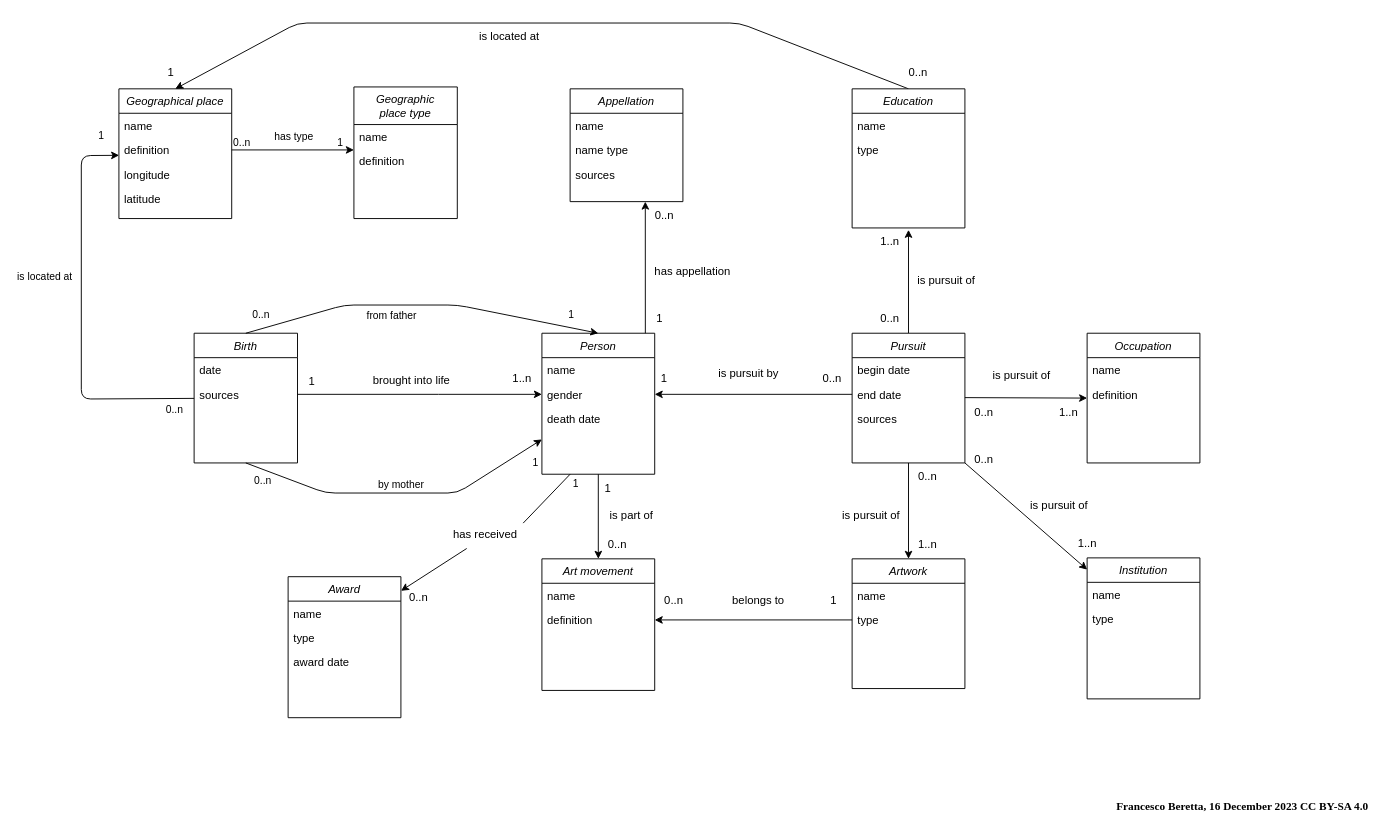
This is MCD_to_database_example.drawio from lmaiahm/Sculpteurs-, a draw.io file, before an edit. Source tidied: cells renumbered, new cells numbered last; positions are measured from the earlier drawing's top-left corner, leaving out a move shared by most shapes. Both pictures are drawn from the tidied source at 94%, with x=0, y=0 at pixel (81, 23).
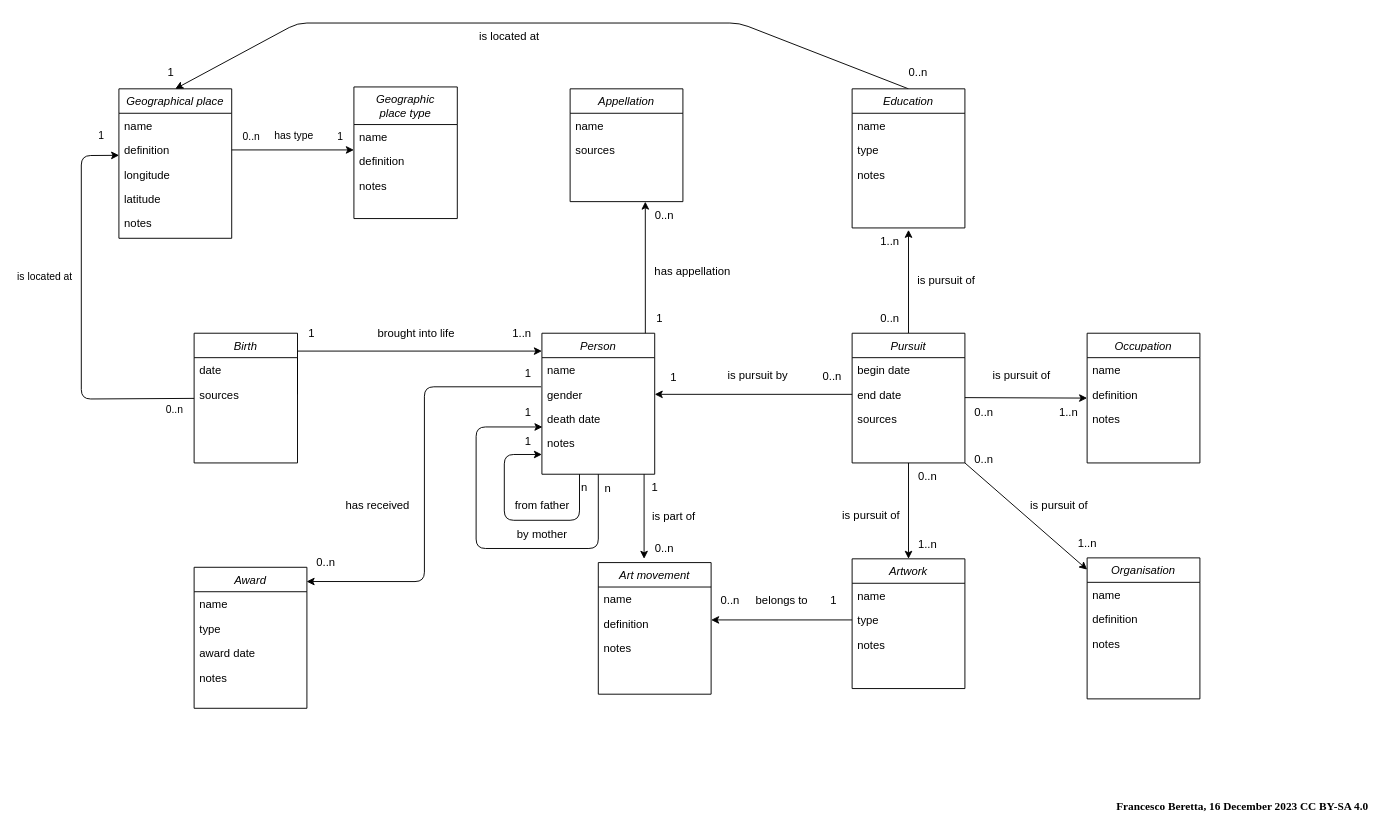
Above is the later version.

Commit message (it also covers changes not shown here):
Modèle conceptuel final

Unchanged cells that the change refers to:
```xml
<mxCell id="8" value="Person" style="swimlane;fontStyle=2;align=center;verticalAlign=top;horizontal=1;startSize=26;rounded=0;shadow=0;strokeWidth=1;" parent="1" vertex="1">
  <mxGeometry x="490" y="330" width="120" height="150" as="geometry" />
</mxCell>
<mxCell id="10" value="gender" style="text;align=left;verticalAlign=top;spacingLeft=4;spacingRight=4;overflow=hidden;points=[[0,0.5],[1,0.5]];portConstraint=eastwest;rounded=0;shadow=0;html=0;" parent="8" vertex="1">
  <mxGeometry y="52" width="120" height="26" as="geometry" />
</mxCell>
<mxCell id="12" value="Birth" style="swimlane;fontStyle=2;align=center;verticalAlign=top;horizontal=1;startSize=26;rounded=0;shadow=0;strokeWidth=1;" parent="1" vertex="1">
  <mxGeometry x="120" y="330" width="110" height="138" as="geometry" />
</mxCell>
<mxCell id="16" value="Appellation" style="swimlane;fontStyle=2;align=center;verticalAlign=top;horizontal=1;startSize=26;rounded=0;shadow=0;strokeWidth=1;" parent="1" vertex="1">
  <mxGeometry x="520" y="70" width="120" height="120" as="geometry" />
</mxCell>
<mxCell id="25" style="endArrow=classic;html=1;exitX=1;exitY=0.5;exitDx=0;exitDy=0;" parent="1" edge="1" source="22">
  <mxGeometry x="0.07" y="-35" relative="1" as="geometry">
    <mxPoint x="290" y="135" as="targetPoint" />
  </mxGeometry>
</mxCell>
<mxCell id="37" value="Geographic&#10;place type" style="swimlane;fontStyle=2;align=center;verticalAlign=top;horizontal=1;startSize=40;rounded=0;shadow=0;strokeWidth=1;" parent="1" vertex="1">
  <mxGeometry x="290" y="68" width="110" height="140" as="geometry" />
</mxCell>
<mxCell id="61" value="Occupation" style="swimlane;fontStyle=2;align=center;verticalAlign=top;horizontal=1;startSize=26;rounded=0;shadow=0;strokeWidth=1;" parent="1" vertex="1">
  <mxGeometry x="1070" y="330" width="120" height="138" as="geometry" />
</mxCell>
<mxCell id="65" value="Education" style="swimlane;fontStyle=2;align=center;verticalAlign=top;horizontal=1;startSize=26;rounded=0;shadow=0;strokeWidth=1;" parent="1" vertex="1">
  <mxGeometry x="820" y="70" width="120" height="148" as="geometry" />
</mxCell>
<mxCell id="69" value="Artwork" style="swimlane;fontStyle=2;align=center;verticalAlign=top;horizontal=1;startSize=26;rounded=0;shadow=0;strokeWidth=1;" parent="1" vertex="1">
  <mxGeometry x="820" y="570" width="120" height="138" as="geometry" />
</mxCell>
<mxCell id="71" value="type" style="text;align=left;verticalAlign=top;spacingLeft=4;spacingRight=4;overflow=hidden;points=[[0,0.5],[1,0.5]];portConstraint=eastwest;rounded=0;shadow=0;html=0;" parent="69" vertex="1">
  <mxGeometry y="52" width="120" height="26" as="geometry" />
</mxCell>
<mxCell id="75" value="definition" style="text;align=left;verticalAlign=top;spacingLeft=4;spacingRight=4;overflow=hidden;points=[[0,0.5],[1,0.5]];portConstraint=eastwest;rounded=0;shadow=0;html=0;" parent="73" vertex="1">
  <mxGeometry y="52" width="120" height="26" as="geometry" />
</mxCell>
```

Change to the diagram source:
```diff
@@
-    <mxCell id="2" style="endArrow=classic;shadow=0;strokeWidth=1;rounded=0;endFill=1;edgeStyle=elbowEdgeStyle;elbow=vertical;exitX=1;exitY=0.5;exitDx=0;exitDy=0;entryX=0;entryY=0.5;entryDx=0;entryDy=0;" parent="1" edge="1" target="10">
+    <mxCell id="2" style="endArrow=classic;shadow=0;strokeWidth=1;rounded=0;endFill=1;edgeStyle=elbowEdgeStyle;elbow=vertical;exitX=1;exitY=0.5;exitDx=0;exitDy=0;entryX=0;entryY=0.127;entryDx=0;entryDy=0;entryPerimeter=0;" parent="1" edge="1" target="8">
       <mxGeometry x="0.5" y="41" relative="1" as="geometry">
         <mxPoint x="230" y="395" as="sourcePoint" />
         <Array as="points">
+          <mxPoint x="360" y="349" />
+          <mxPoint x="410" y="369" />
+          <mxPoint x="290" y="339" />
           <mxPoint x="380" y="395" />
         </Array>
         <mxPoint x="-40" y="32" as="offset" />
       </mxGeometry>
     </mxCell>
     <mxCell id="3" value="1" style="align=left;verticalAlign=bottom;labelBackgroundColor=none;fontSize=12;" parent="2" vertex="1">
       <mxGeometry x="-1" relative="1" as="geometry">
-        <mxPoint x="10.1" y="-5.3" as="offset" />
+        <mxPoint x="10" y="-56" as="offset" />
       </mxGeometry>
     </mxCell>
     <mxCell id="4" value="1..n" style="align=right;verticalAlign=bottom;labelBackgroundColor=none;fontSize=12;" parent="2" vertex="1">
       <mxGeometry x="1" relative="1" as="geometry">
-        <mxPoint x="-9.9" y="-8.9" as="offset" />
+        <mxPoint x="-10" y="-10" as="offset" />
       </mxGeometry>
     </mxCell>
     <mxCell id="5" value="brought into life" style="text;html=1;align=center;verticalAlign=middle;labelBackgroundColor=none;rounded=0;shadow=0;strokeWidth=1;fontSize=12;" parent="2" vertex="1">
       <mxGeometry x="0.5" y="49" relative="1" as="geometry">
-        <mxPoint x="-75" y="34" as="offset" />
+        <mxPoint x="-59" y="29" as="offset" />
       </mxGeometry>
     </mxCell>
-    <mxCell id="6" style="edgeStyle=none;html=1;exitX=0.5;exitY=1;exitDx=0;exitDy=0;entryX=0.5;entryY=0;entryDx=0;entryDy=0;" parent="1" edge="1" source="8" target="73">
-      <mxGeometry relative="1" as="geometry" />
+    <mxCell id="6" style="edgeStyle=none;html=1;exitX=0.5;exitY=1;exitDx=0;exitDy=0;entryX=0.5;entryY=0;entryDx=0;entryDy=0;" parent="1" edge="1">
+      <mxGeometry relative="1" as="geometry">
+        <mxPoint x="598.7" y="480" as="sourcePoint" />
+        <mxPoint x="598.7" y="570" as="targetPoint" />
+      </mxGeometry>
     </mxCell>
-    <mxCell id="7" style="edgeStyle=none;html=1;exitX=0.25;exitY=1;exitDx=0;exitDy=0;entryX=1.001;entryY=0.1;entryDx=0;entryDy=0;entryPerimeter=0;startArrow=none;" parent="1" edge="1" source="99" target="94">
-      <mxGeometry relative="1" as="geometry" />
-    </mxCell>
+    <mxCell id="108" style="edgeStyle=orthogonalEdgeStyle;html=1;" parent="1" edge="1">
+      <mxGeometry relative="1" as="geometry">
+        <mxPoint x="530" y="480" as="sourcePoint" />
+        <mxPoint x="490" y="459" as="targetPoint" />
+        <Array as="points">
+          <mxPoint x="530" y="529" />
+          <mxPoint x="450" y="529" />
+          <mxPoint x="450" y="459" />
+        </Array>
+      </mxGeometry>
+    </mxCell>
+    <mxCell id="109" style="edgeStyle=orthogonalEdgeStyle;html=1;exitX=0.5;exitY=1;exitDx=0;exitDy=0;entryX=1.02;entryY=0.991;entryDx=0;entryDy=0;entryPerimeter=0;" parent="1" edge="1" source="8" target="122">
+      <mxGeometry relative="1" as="geometry">
+        <Array as="points">
+          <mxPoint x="550" y="559" />
+          <mxPoint x="420" y="559" />
+          <mxPoint x="420" y="430" />
+        </Array>
+      </mxGeometry>
+    </mxCell>
@@
+    <mxCell id="110" value="notes" style="text;align=left;verticalAlign=top;spacingLeft=4;spacingRight=4;overflow=hidden;rounded=0;shadow=0;html=0;" parent="8" vertex="1">
+      <mxGeometry y="104" width="120" height="26" as="geometry" />
+    </mxCell>
@@
-    <mxCell id="18" value="name type" style="text;align=left;verticalAlign=top;spacingLeft=4;spacingRight=4;overflow=hidden;rounded=0;shadow=0;html=0;" parent="16" vertex="1">
-      <mxGeometry y="52" width="120" height="26" as="geometry" />
-    </mxCell>
     <mxCell id="19" value="sources" style="text;align=left;verticalAlign=top;spacingLeft=4;spacingRight=4;overflow=hidden;" parent="16" vertex="1">
-      <mxGeometry y="78" width="120" height="26" as="geometry" />
+      <mxGeometry y="52" width="120" height="26" as="geometry" />
     </mxCell>
     <mxCell id="20" value="Geographical place" style="swimlane;fontStyle=2;align=center;verticalAlign=top;horizontal=1;startSize=26;rounded=0;shadow=0;strokeWidth=1;" parent="1" vertex="1">
-      <mxGeometry x="40" y="70" width="120" height="138" as="geometry" />
+      <mxGeometry x="40" y="70" width="120" height="159" as="geometry" />
     </mxCell>
@@
+    <mxCell id="111" value="notes" style="text;align=left;verticalAlign=top;spacingLeft=4;spacingRight=4;overflow=hidden;rounded=0;shadow=0;html=0;" parent="20" vertex="1">
+      <mxGeometry y="130" width="120" height="26" as="geometry" />
+    </mxCell>
@@
     <mxCell id="26" value="has type" style="edgeLabel;html=1;align=center;verticalAlign=middle;" parent="25" vertex="1">
       <mxGeometry relative="1" as="geometry">
-        <mxPoint y="-15" as="offset" />
+        <mxPoint y="-16" as="offset" />
       </mxGeometry>
     </mxCell>
     <mxCell id="27" value="0..n" style="edgeLabel;html=1;align=left;verticalAlign=bottom;" parent="25" vertex="1">
-      <mxGeometry x="-1" relative="1" as="geometry" />
+      <mxGeometry x="-1" relative="1" as="geometry">
+        <mxPoint x="10" y="-6" as="offset" />
+      </mxGeometry>
     </mxCell>
     <mxCell id="28" value="1" style="edgeLabel;html=1;align=right;verticalAlign=bottom;" parent="25" vertex="1">
       <mxGeometry x="1" relative="1" as="geometry">
-        <mxPoint x="-11" as="offset" />
+        <mxPoint x="-11" y="-6" as="offset" />
       </mxGeometry>
     </mxCell>
@@
-    <mxCell id="33" style="endArrow=classic;html=1;exitX=0.5;exitY=1;exitDx=0;exitDy=0;" parent="1" edge="1" source="12" target="8">
-      <mxGeometry relative="1" as="geometry">
-        <Array as="points">
-          <mxPoint x="260" y="500" />
-          <mxPoint x="400" y="500" />
-        </Array>
-      </mxGeometry>
-    </mxCell>
-    <mxCell id="34" value="by mother" style="edgeLabel;html=1;align=center;verticalAlign=middle;" parent="33" vertex="1">
-      <mxGeometry relative="1" as="geometry">
-        <mxPoint x="1" y="-10" as="offset" />
-      </mxGeometry>
-    </mxCell>
-    <mxCell id="35" value="1" style="edgeLabel;html=1;align=center;verticalAlign=middle;" parent="33" vertex="1">
-      <mxGeometry x="0.89" y="-1" relative="1" as="geometry">
-        <mxPoint x="7.5" y="14" as="offset" />
-      </mxGeometry>
-    </mxCell>
-    <mxCell id="36" value="0..n" style="edgeLabel;html=1;align=center;verticalAlign=middle;" parent="33" vertex="1">
-      <mxGeometry x="-0.88" y="-1" relative="1" as="geometry">
-        <mxPoint x="-0.8" y="11" as="offset" />
-      </mxGeometry>
-    </mxCell>
@@
+    <mxCell id="112" value="notes" style="text;align=left;verticalAlign=top;spacingLeft=4;spacingRight=4;overflow=hidden;rounded=0;shadow=0;html=0;" parent="37" vertex="1">
+      <mxGeometry y="92" width="110" height="26" as="geometry" />
+    </mxCell>
@@
-    <mxCell id="41" style="endArrow=classic;html=1;exitX=0.5;exitY=0;exitDx=0;exitDy=0;entryX=0.5;entryY=0;entryDx=0;entryDy=0;" parent="1" edge="1" source="12" target="8">
-      <mxGeometry relative="1" as="geometry">
-        <Array as="points">
-          <mxPoint x="280" y="300" />
-          <mxPoint x="400" y="300" />
-        </Array>
-      </mxGeometry>
-    </mxCell>
-    <mxCell id="42" value="from father" style="edgeLabel;html=1;align=center;verticalAlign=middle;" parent="41" vertex="1">
-      <mxGeometry relative="1" as="geometry">
-        <mxPoint x="-32" y="10" as="offset" />
-      </mxGeometry>
-    </mxCell>
-    <mxCell id="43" value="1" style="edgeLabel;html=1;align=center;verticalAlign=middle;" parent="41" vertex="1">
-      <mxGeometry x="0.89" y="-1" relative="1" as="geometry">
-        <mxPoint x="-9" y="-17" as="offset" />
-      </mxGeometry>
-    </mxCell>
-    <mxCell id="44" value="0..n" style="edgeLabel;html=1;align=center;verticalAlign=middle;" parent="41" vertex="1">
-      <mxGeometry x="-0.88" y="-1" relative="1" as="geometry">
-        <mxPoint x="-7" y="-15" as="offset" />
-      </mxGeometry>
-    </mxCell>
@@
     <mxCell id="52" value="is pursuit by" style="text;strokeColor=none;align=center;fillColor=none;html=1;verticalAlign=middle;whiteSpace=wrap;rounded=0;" parent="1" vertex="1">
-      <mxGeometry x="670" y="360" width="80" height="26" as="geometry" />
+      <mxGeometry x="680" y="362" width="80" height="26" as="geometry" />
     </mxCell>
     <mxCell id="53" value="0..n" style="align=right;verticalAlign=bottom;labelBackgroundColor=none;fontSize=12;" parent="1" vertex="1">
-      <mxGeometry x="810" y="386" as="geometry" />
+      <mxGeometry x="810" y="384" as="geometry" />
     </mxCell>
     <mxCell id="54" value="1" style="align=left;verticalAlign=bottom;labelBackgroundColor=none;fontSize=12;" parent="1" vertex="1">
-      <mxGeometry x="560" y="480" as="geometry">
+      <mxGeometry x="570" y="479" as="geometry">
         <mxPoint x="55" y="-94" as="offset" />
       </mxGeometry>
     </mxCell>
@@
+    <mxCell id="113" value="notes" style="text;align=left;verticalAlign=top;spacingLeft=4;spacingRight=4;overflow=hidden;rounded=0;shadow=0;html=0;" parent="61" vertex="1">
+      <mxGeometry y="78" width="120" height="26" as="geometry" />
+    </mxCell>
@@
+    <mxCell id="114" value="notes" style="text;align=left;verticalAlign=top;spacingLeft=4;spacingRight=4;overflow=hidden;rounded=0;shadow=0;html=0;" parent="65" vertex="1">
+      <mxGeometry y="78" width="120" height="26" as="geometry" />
+    </mxCell>
@@
+    <mxCell id="115" value="notes" style="text;align=left;verticalAlign=top;spacingLeft=4;spacingRight=4;overflow=hidden;rounded=0;shadow=0;html=0;" parent="69" vertex="1">
+      <mxGeometry y="78" width="120" height="26" as="geometry" />
+    </mxCell>
-    <mxCell id="72" style="edgeStyle=none;html=1;exitX=0;exitY=0.5;exitDx=0;exitDy=0;entryX=1;entryY=0.5;entryDx=0;entryDy=0;" parent="1" edge="1" source="71" target="75">
-      <mxGeometry relative="1" as="geometry" />
+    <mxCell id="72" style="edgeStyle=none;html=1;exitX=0;exitY=0.5;exitDx=0;exitDy=0;" parent="1" edge="1" source="71">
+      <mxGeometry relative="1" as="geometry">
+        <mxPoint x="670" y="635" as="targetPoint" />
+      </mxGeometry>
     </mxCell>
     <mxCell id="73" value="Art movement" style="swimlane;fontStyle=2;align=center;verticalAlign=top;horizontal=1;startSize=26;rounded=0;shadow=0;strokeWidth=1;" parent="1" vertex="1">
-      <mxGeometry x="490" y="570" width="120" height="140" as="geometry" />
+      <mxGeometry x="550" y="574" width="120" height="140" as="geometry" />
     </mxCell>
@@
+    <mxCell id="116" value="notes" style="text;align=left;verticalAlign=top;spacingLeft=4;spacingRight=4;overflow=hidden;rounded=0;shadow=0;html=0;" parent="73" vertex="1">
+      <mxGeometry y="78" width="120" height="26" as="geometry" />
+    </mxCell>
@@
-    <mxCell id="87" value="0..n" style="text;html=1;align=center;verticalAlign=middle;strokeColor=none;fillColor=none;" parent="1" vertex="1">
-      <mxGeometry x="610" y="600" width="40" height="30" as="geometry" />
-    </mxCell>
     <mxCell id="88" value="0..n" style="text;html=1;align=center;verticalAlign=middle;strokeColor=none;fillColor=none;" parent="1" vertex="1">
-      <mxGeometry x="550" y="540" width="40" height="30" as="geometry" />
+      <mxGeometry x="600" y="544" width="40" height="30" as="geometry" />
     </mxCell>
     <mxCell id="89" value="1" style="text;html=1;align=center;verticalAlign=middle;strokeColor=none;fillColor=none;" parent="1" vertex="1">
-      <mxGeometry x="545" y="480" width="30" height="30" as="geometry" />
+      <mxGeometry x="595" y="479" width="30" height="30" as="geometry" />
     </mxCell>
     <mxCell id="90" value="is part of" style="text;html=1;align=center;verticalAlign=middle;strokeColor=none;fillColor=none;" parent="1" vertex="1">
-      <mxGeometry x="550" y="509" width="70" height="30" as="geometry" />
+      <mxGeometry x="595" y="510" width="70" height="30" as="geometry" />
     </mxCell>
     <mxCell id="91" value="belongs to" style="text;html=1;align=center;verticalAlign=middle;strokeColor=none;fillColor=none;" parent="1" vertex="1">
-      <mxGeometry x="680" y="600" width="80" height="30" as="geometry" />
+      <mxGeometry x="705" y="600" width="80" height="30" as="geometry" />
     </mxCell>
@@
     <mxCell id="94" value="Award" style="swimlane;fontStyle=2;align=center;verticalAlign=top;horizontal=1;startSize=26;rounded=0;shadow=0;strokeWidth=1;" parent="1" vertex="1">
-      <mxGeometry x="220" y="589" width="120" height="150" as="geometry" />
+      <mxGeometry x="120" y="579" width="120" height="150" as="geometry" />
     </mxCell>
@@
-    <mxCell id="98" style="edgeStyle=none;html=1;exitX=0.25;exitY=1;exitDx=0;exitDy=0;entryX=1.001;entryY=0.1;entryDx=0;entryDy=0;entryPerimeter=0;endArrow=none;" parent="1" edge="1" source="8" target="99">
-      <mxGeometry relative="1" as="geometry" />
-    </mxCell>
-    <mxCell id="99" value="has received" style="text;strokeColor=none;align=center;fillColor=none;html=1;verticalAlign=middle;whiteSpace=wrap;rounded=0;" parent="1" vertex="1">
-      <mxGeometry x="390" y="529" width="80" height="30" as="geometry" />
-    </mxCell>
-    <mxCell id="100" value="0..n" style="align=right;verticalAlign=bottom;labelBackgroundColor=none;fontSize=12;" parent="1" vertex="1">
-      <mxGeometry x="370" y="619" as="geometry" />
-    </mxCell>
-    <mxCell id="101" value="1" style="edgeLabel;html=1;align=center;verticalAlign=middle;" parent="1" vertex="1">
-      <mxGeometry x="530" y="489" as="geometry">
-        <mxPoint x="-5" as="offset" />
-      </mxGeometry>
-    </mxCell>
+    <mxCell id="117" value="notes" style="text;align=left;verticalAlign=top;spacingLeft=4;spacingRight=4;overflow=hidden;rounded=0;shadow=0;html=0;" parent="94" vertex="1">
+      <mxGeometry y="104" width="120" height="26" as="geometry" />
+    </mxCell>
-    <mxCell id="102" value="Institution" style="swimlane;fontStyle=2;align=center;verticalAlign=top;horizontal=1;startSize=26;rounded=0;shadow=0;strokeWidth=1;" parent="1" vertex="1">
+    <mxCell id="102" value="Organisation" style="swimlane;fontStyle=2;align=center;verticalAlign=top;horizontal=1;startSize=26;rounded=0;shadow=0;strokeWidth=1;" parent="1" vertex="1">
       <mxGeometry x="1070" y="569" width="120" height="150" as="geometry" />
     </mxCell>
@@
-    <mxCell id="104" value="type" style="text;align=left;verticalAlign=top;spacingLeft=4;spacingRight=4;overflow=hidden;rounded=0;shadow=0;html=0;" parent="102" vertex="1">
+    <mxCell id="104" value="definition" style="text;align=left;verticalAlign=top;spacingLeft=4;spacingRight=4;overflow=hidden;rounded=0;shadow=0;html=0;" parent="102" vertex="1">
       <mxGeometry y="52" width="120" height="26" as="geometry" />
     </mxCell>
+    <mxCell id="118" value="notes" style="text;align=left;verticalAlign=top;spacingLeft=4;spacingRight=4;overflow=hidden;rounded=0;shadow=0;html=0;" parent="102" vertex="1">
+      <mxGeometry y="78" width="120" height="26" as="geometry" />
+    </mxCell>
@@
+    <mxCell id="119" value="n" style="text;html=1;align=center;verticalAlign=middle;strokeColor=none;fillColor=none;" parent="1" vertex="1">
+      <mxGeometry x="520" y="479" width="30" height="30" as="geometry" />
+    </mxCell>
+    <mxCell id="120" value="0..n" style="text;html=1;align=center;verticalAlign=middle;strokeColor=none;fillColor=none;" parent="1" vertex="1">
+      <mxGeometry x="670" y="600" width="40" height="30" as="geometry" />
+    </mxCell>
+    <mxCell id="42" value="from father" style="text;html=1;align=center;verticalAlign=middle;strokeColor=none;fillColor=none;" parent="1" vertex="1">
+      <mxGeometry x="450" y="499" width="80" height="30" as="geometry" />
+    </mxCell>
+    <mxCell id="121" value="1" style="text;html=1;align=center;verticalAlign=middle;strokeColor=none;fillColor=none;" parent="1" vertex="1">
+      <mxGeometry x="460" y="430" width="30" height="30" as="geometry" />
+    </mxCell>
+    <mxCell id="34" value="by mother" style="text;html=1;align=center;verticalAlign=middle;strokeColor=none;fillColor=none;" parent="1" vertex="1">
+      <mxGeometry x="450" y="529" width="80" height="30" as="geometry" />
+    </mxCell>
+    <mxCell id="122" value="1" style="text;html=1;align=center;verticalAlign=middle;points=[];strokeColor=none;fillColor=none;" parent="1" vertex="1">
+      <mxGeometry x="460" y="400" width="30" height="30" as="geometry" />
+    </mxCell>
+    <mxCell id="123" value="n" style="text;html=1;align=center;verticalAlign=middle;strokeColor=none;fillColor=none;" parent="1" vertex="1">
+      <mxGeometry x="545" y="480" width="30" height="30" as="geometry" />
+    </mxCell>
+    <mxCell id="124" style="edgeStyle=orthogonalEdgeStyle;html=1;exitX=-0.007;exitY=0.192;exitDx=0;exitDy=0;entryX=0.997;entryY=0.101;entryDx=0;entryDy=0;entryPerimeter=0;exitPerimeter=0;" parent="1" edge="1" source="10" target="94">
+      <mxGeometry relative="1" as="geometry" />
+    </mxCell>
+    <mxCell id="99" value="has received" style="text;html=1;align=center;verticalAlign=middle;points=[];strokeColor=none;fillColor=none;" parent="1" vertex="1">
+      <mxGeometry x="270" y="499" width="90" height="30" as="geometry" />
+    </mxCell>
+    <mxCell id="125" value="1" style="text;html=1;align=center;verticalAlign=middle;strokeColor=none;fillColor=none;" parent="1" vertex="1">
+      <mxGeometry x="460" y="358" width="30" height="30" as="geometry" />
+    </mxCell>
+    <mxCell id="126" value="0..n" style="text;html=1;align=center;verticalAlign=middle;strokeColor=none;fillColor=none;" parent="1" vertex="1">
+      <mxGeometry x="240" y="559" width="40" height="30" as="geometry" />
+    </mxCell>
```
